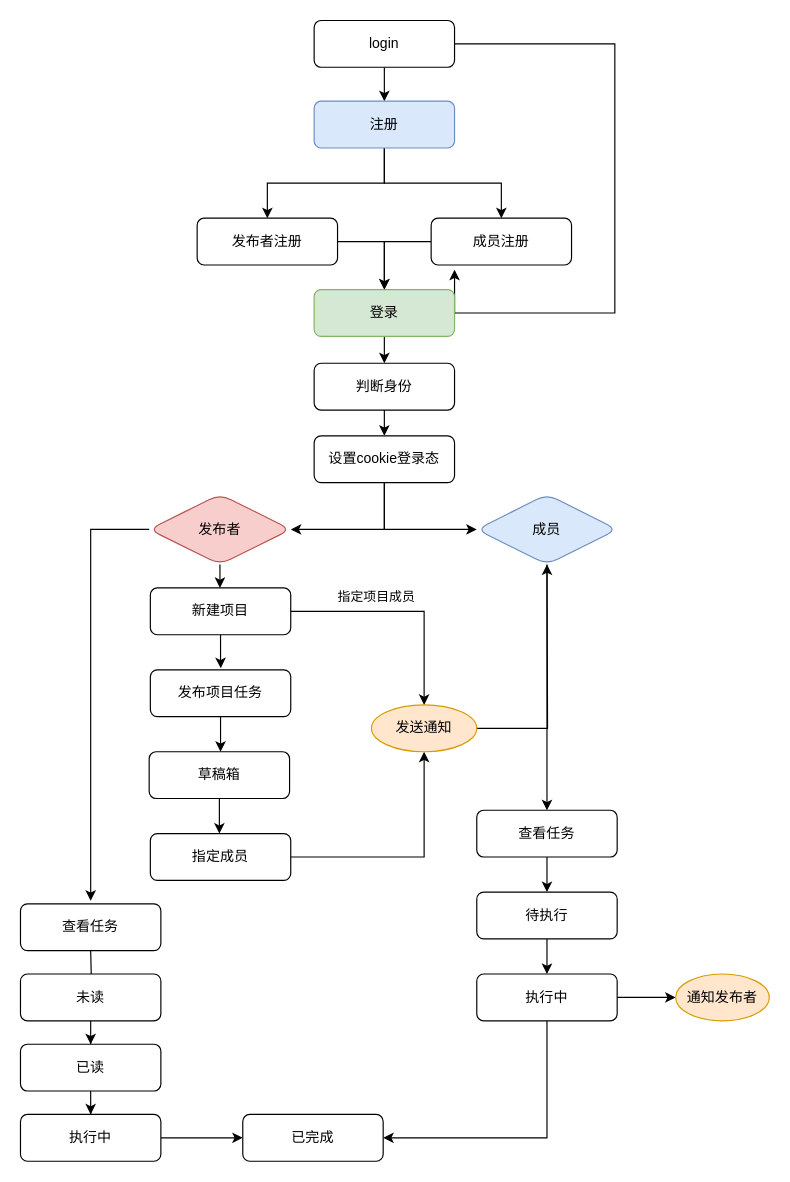
This is page "Page-1" (1 of 2) of Untitled Diagram.drawio from yangFcb/myProject, a draw.io file, before an edit. Source tidied: cells renumbered, new cells numbered last; positions are measured from the earlier drawing's top-left corner, leaving out a move shared by most shapes. Both pictures are drawn from the tidied source at 117%, with x=0, y=0 at pixel (20, 20).
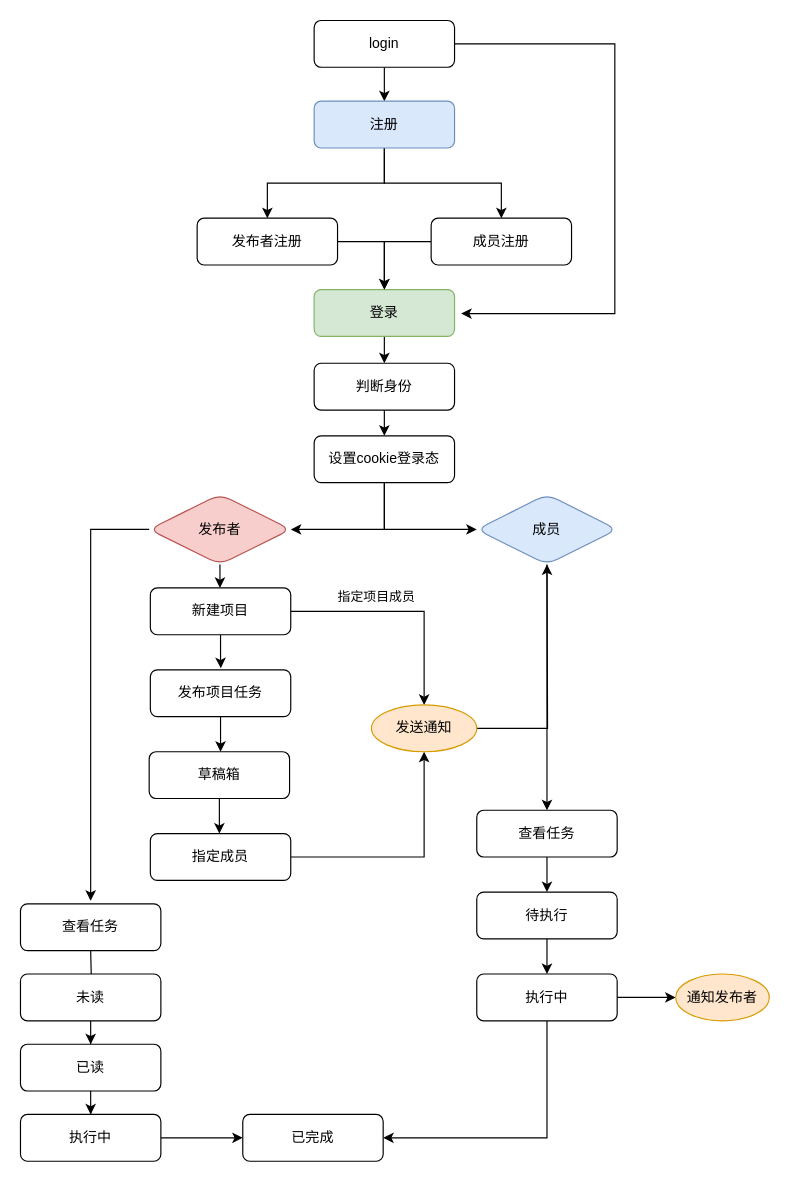
The same diagram, later.

Unchanged cells that the change refers to:
```xml
<mxCell id="4" value="login" style="rounded=1;whiteSpace=wrap;html=1;fontSize=12;glass=0;strokeWidth=1;shadow=0;" parent="1" vertex="1">
  <mxGeometry x="251" width="120" height="40" as="geometry" />
</mxCell>
<mxCell id="9" value="登录" style="whiteSpace=wrap;html=1;rounded=1;shadow=0;strokeWidth=1;glass=0;fillColor=#d5e8d4;strokeColor=#82b366;" parent="1" vertex="1">
  <mxGeometry x="251" y="230" width="120" height="40" as="geometry" />
</mxCell>
```

The edit, as a diff of the source:
```diff
@@
-    <mxCell id="3" style="edgeStyle=orthogonalEdgeStyle;rounded=0;jettySize=auto;html=1;" parent="1" edge="1" source="4">
+    <mxCell id="3" style="edgeStyle=orthogonalEdgeStyle;rounded=0;jettySize=auto;html=1;entryX=1.047;entryY=0.513;entryDx=0;entryDy=0;entryPerimeter=0;" parent="1" edge="1" source="4" target="9">
       <mxGeometry relative="1" as="geometry">
-        <mxPoint x="371" y="213" as="targetPoint" />
         <Array as="points">
           <mxPoint x="508" y="20" />
-          <mxPoint x="508" y="250" />
+          <mxPoint x="508" y="251" />
         </Array>
       </mxGeometry>
     </mxCell>
```
